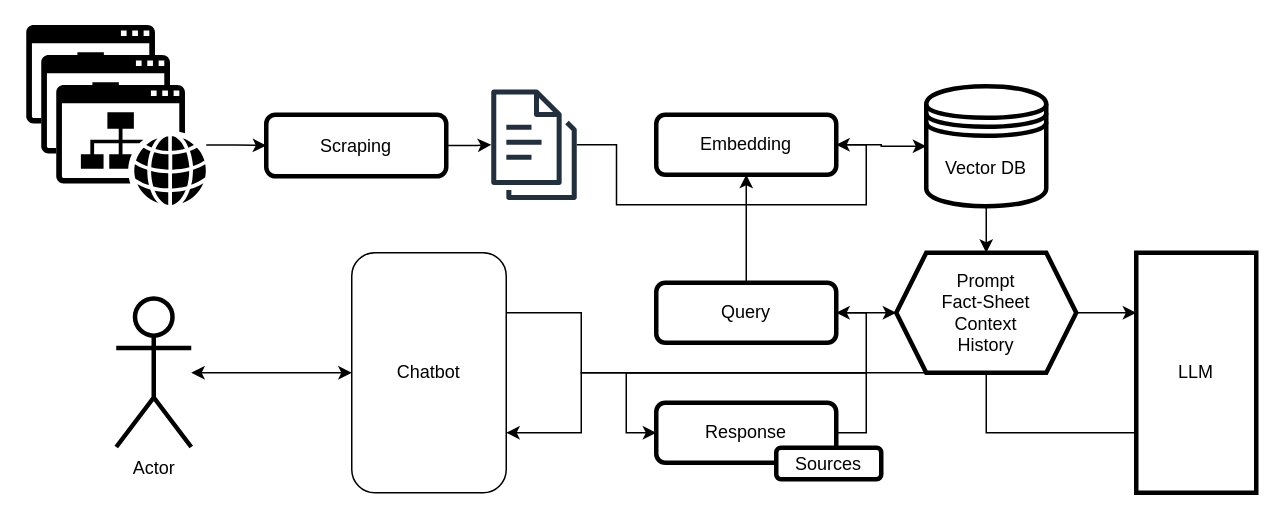
The draw.io diagram assets/architectureSimple.drawio in maxiwilke/geant-rag, before the edit. Source tidied: cells renumbered, new cells numbered last; positions are measured from the earlier drawing's top-left corner, leaving out a move shared by most shapes. Both pictures are drawn from the tidied source at 150%, with x=0, y=0 at pixel (26, 24).
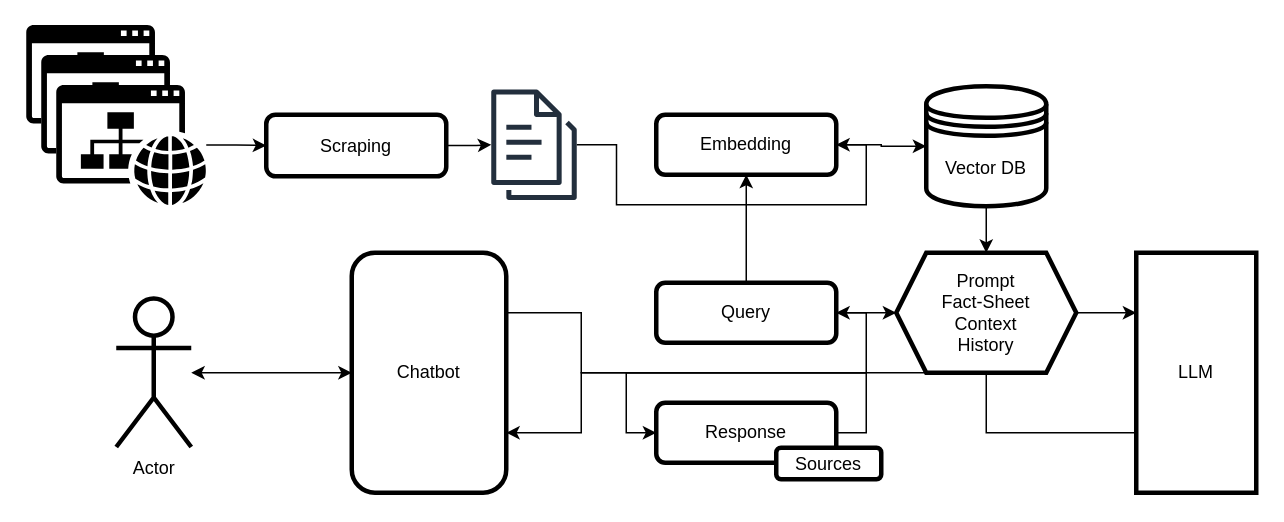
The same diagram, later.

Change to the diagram source:
```diff
@@
-    <mxCell id="33" value="Chatbot" style="whiteSpace=wrap;html=1;rounded=1;" parent="1" vertex="1">
+    <mxCell id="33" value="Chatbot" style="whiteSpace=wrap;html=1;rounded=1;strokeWidth=3;" parent="1" vertex="1">
       <mxGeometry x="217" y="152" width="103" height="160" as="geometry" />
     </mxCell>
```
